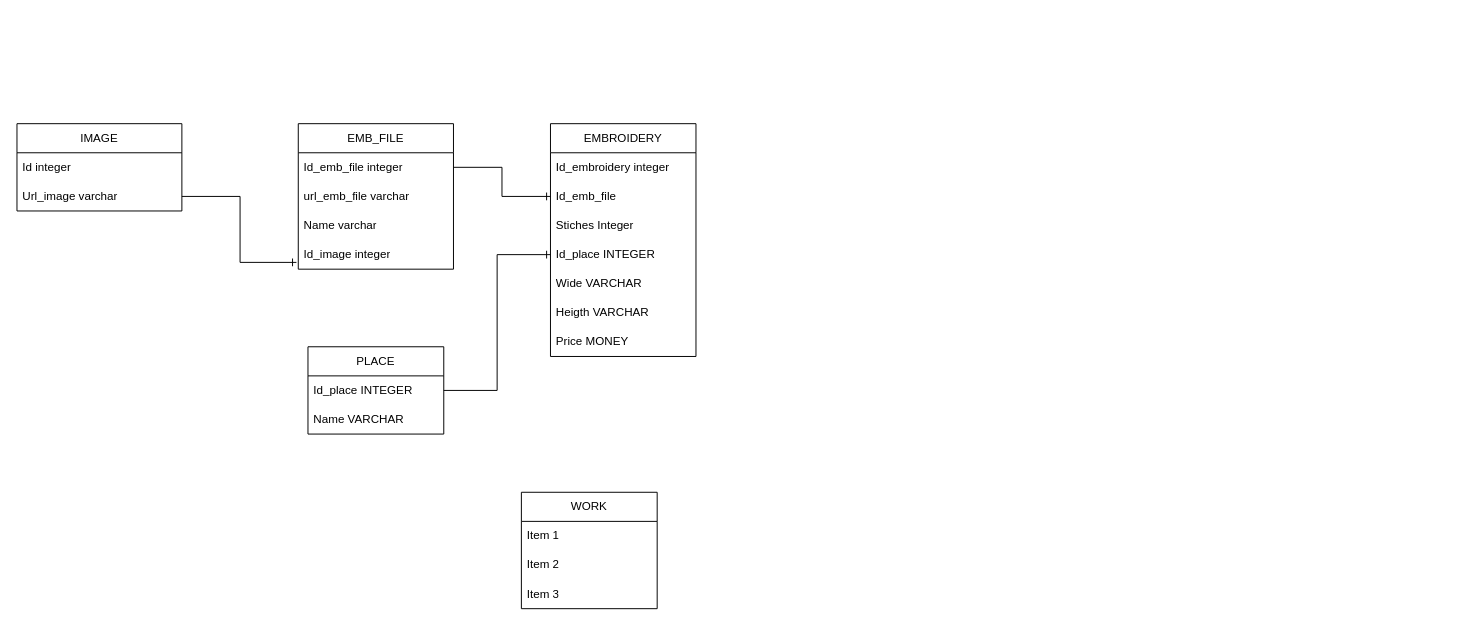
Above: emb_manager.drawio in nicodiaz00/gestor-textil (draw.io), before the change. Source tidied: cells renumbered, new cells numbered last; positions are measured from the earlier drawing's top-left corner, leaving out a move shared by most shapes. Both pictures are drawn from the tidied source at 97%, with x=0, y=0 at pixel (16, 123).
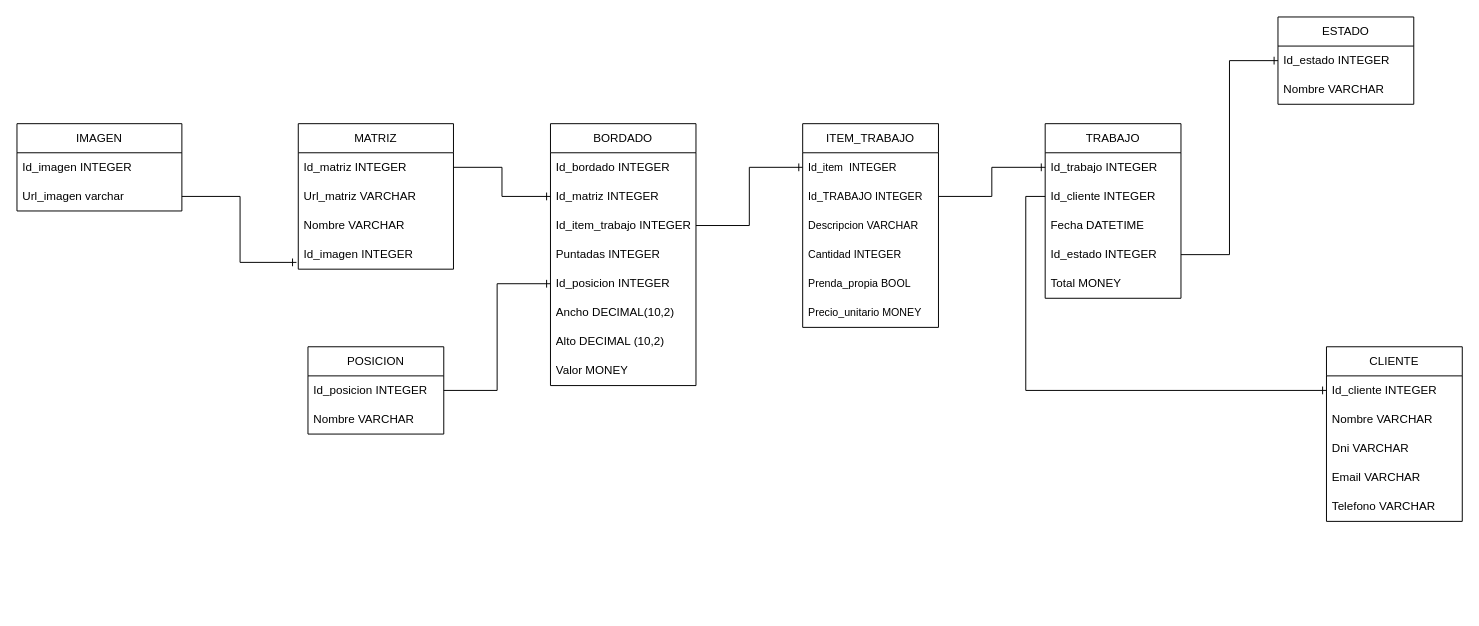
Above is the later version.

The edit, as a diff of the source:
```diff
@@
-    <mxCell id="2" value="IMAGE" style="swimlane;fontStyle=0;horizontal=1;startSize=30;whiteSpace=wrap;html=1;" parent="1" vertex="1">
+    <mxCell id="2" value="IMAGEN" style="swimlane;fontStyle=0;horizontal=1;startSize=30;whiteSpace=wrap;html=1;" parent="1" vertex="1">
       <mxGeometry width="170" height="90" as="geometry" />
     </mxCell>
-    <mxCell id="3" value="Id integer" style="text;strokeColor=none;fillColor=none;align=left;verticalAlign=middle;spacingLeft=4;spacingRight=4;overflow=hidden;whiteSpace=wrap;html=1;" parent="2" vertex="1">
+    <mxCell id="3" value="Id_imagen INTEGER" style="text;strokeColor=none;fillColor=none;align=left;verticalAlign=middle;spacingLeft=4;spacingRight=4;overflow=hidden;whiteSpace=wrap;html=1;" parent="2" vertex="1">
       <mxGeometry y="30" width="170" height="30" as="geometry" />
     </mxCell>
-    <mxCell id="4" value="Url_image varchar" style="text;strokeColor=none;fillColor=none;align=left;verticalAlign=middle;spacingLeft=4;spacingRight=4;overflow=hidden;points=[[0,0.5],[1,0.5]];portConstraint=eastwest;whiteSpace=wrap;html=1;" parent="2" vertex="1">
+    <mxCell id="4" value="Url_imagen varchar" style="text;strokeColor=none;fillColor=none;align=left;verticalAlign=middle;spacingLeft=4;spacingRight=4;overflow=hidden;points=[[0,0.5],[1,0.5]];portConstraint=eastwest;whiteSpace=wrap;html=1;" parent="2" vertex="1">
       <mxGeometry y="60" width="170" height="30" as="geometry" />
     </mxCell>
-    <mxCell id="5" value="EMB_FILE" style="swimlane;fontStyle=0;horizontal=1;startSize=30;whiteSpace=wrap;html=1;" parent="1" vertex="1">
+    <mxCell id="5" value="MATRIZ" style="swimlane;fontStyle=0;horizontal=1;startSize=30;whiteSpace=wrap;html=1;" parent="1" vertex="1">
       <mxGeometry x="290" width="160" height="150" as="geometry" />
     </mxCell>
-    <mxCell id="6" value="Id_emb_file integer" style="text;strokeColor=none;fillColor=none;align=left;verticalAlign=middle;spacingLeft=4;spacingRight=4;overflow=hidden;points=[[0,0.5],[1,0.5]];portConstraint=eastwest;whiteSpace=wrap;html=1;" parent="5" vertex="1">
+    <mxCell id="6" value="Id_matriz INTEGER" style="text;strokeColor=none;fillColor=none;align=left;verticalAlign=middle;spacingLeft=4;spacingRight=4;overflow=hidden;points=[[0,0.5],[1,0.5]];portConstraint=eastwest;whiteSpace=wrap;html=1;" parent="5" vertex="1">
       <mxGeometry y="30" width="160" height="30" as="geometry" />
     </mxCell>
-    <mxCell id="7" value="url_emb_file varchar" style="text;strokeColor=none;fillColor=none;align=left;verticalAlign=middle;spacingLeft=4;spacingRight=4;overflow=hidden;whiteSpace=wrap;html=1;" parent="5" vertex="1">
+    <mxCell id="7" value="Url_matriz VARCHAR" style="text;strokeColor=none;fillColor=none;align=left;verticalAlign=middle;spacingLeft=4;spacingRight=4;overflow=hidden;whiteSpace=wrap;html=1;" parent="5" vertex="1">
       <mxGeometry y="60" width="160" height="30" as="geometry" />
     </mxCell>
-    <mxCell id="8" value="Name varchar" style="text;strokeColor=none;fillColor=none;align=left;verticalAlign=middle;spacingLeft=4;spacingRight=4;overflow=hidden;whiteSpace=wrap;html=1;" parent="5" vertex="1">
+    <mxCell id="8" value="Nombre VARCHAR" style="text;strokeColor=none;fillColor=none;align=left;verticalAlign=middle;spacingLeft=4;spacingRight=4;overflow=hidden;whiteSpace=wrap;html=1;" parent="5" vertex="1">
       <mxGeometry y="90" width="160" height="30" as="geometry" />
     </mxCell>
-    <mxCell id="9" value="Id_image integer" style="text;strokeColor=none;fillColor=none;align=left;verticalAlign=middle;spacingLeft=4;spacingRight=4;overflow=hidden;points=[[0,0.5],[1,0.5]];portConstraint=eastwest;whiteSpace=wrap;html=1;" parent="5" vertex="1">
+    <mxCell id="9" value="Id_imagen INTEGER" style="text;strokeColor=none;fillColor=none;align=left;verticalAlign=middle;spacingLeft=4;spacingRight=4;overflow=hidden;points=[[0,0.5],[1,0.5]];portConstraint=eastwest;whiteSpace=wrap;html=1;" parent="5" vertex="1">
       <mxGeometry y="120" width="160" height="30" as="geometry" />
     </mxCell>
@@
-    <mxCell id="11" value="EMBROIDERY" style="swimlane;fontStyle=0;horizontal=1;startSize=30;whiteSpace=wrap;html=1;" parent="1" vertex="1">
-      <mxGeometry x="550" width="150" height="240" as="geometry" />
+    <mxCell id="11" value="BORDADO" style="swimlane;fontStyle=0;horizontal=1;startSize=30;whiteSpace=wrap;html=1;" parent="1" vertex="1">
+      <mxGeometry x="550" width="150" height="270" as="geometry" />
     </mxCell>
-    <mxCell id="12" value="Id_embroidery integer" style="text;strokeColor=none;fillColor=none;align=left;verticalAlign=middle;spacingLeft=4;spacingRight=4;overflow=hidden;whiteSpace=wrap;html=1;" parent="11" vertex="1">
+    <mxCell id="12" value="Id_bordado INTEGER" style="text;strokeColor=none;fillColor=none;align=left;verticalAlign=middle;spacingLeft=4;spacingRight=4;overflow=hidden;whiteSpace=wrap;html=1;" parent="11" vertex="1">
       <mxGeometry y="30" width="150" height="30" as="geometry" />
     </mxCell>
-    <mxCell id="13" value="Id_emb_file" style="text;strokeColor=none;fillColor=none;align=left;verticalAlign=middle;spacingLeft=4;spacingRight=4;overflow=hidden;points=[[0,0.5],[1,0.5]];portConstraint=eastwest;whiteSpace=wrap;html=1;" parent="11" vertex="1">
+    <mxCell id="13" value="Id_matriz INTEGER" style="text;strokeColor=none;fillColor=none;align=left;verticalAlign=middle;spacingLeft=4;spacingRight=4;overflow=hidden;points=[[0,0.5],[1,0.5]];portConstraint=eastwest;whiteSpace=wrap;html=1;" parent="11" vertex="1">
       <mxGeometry y="60" width="150" height="30" as="geometry" />
     </mxCell>
+    <mxCell id="28" value="Id_item_trabajo INTEGER" style="text;strokeColor=none;fillColor=none;align=left;verticalAlign=middle;spacingLeft=4;spacingRight=4;overflow=hidden;points=[[0,0.5],[1,0.5]];portConstraint=eastwest;whiteSpace=wrap;html=1;" parent="11" vertex="1">
+      <mxGeometry y="90" width="150" height="30" as="geometry" />
+    </mxCell>
-    <mxCell id="14" value="Stiches Integer" style="text;strokeColor=none;fillColor=none;align=left;verticalAlign=middle;spacingLeft=4;spacingRight=4;overflow=hidden;whiteSpace=wrap;html=1;" parent="11" vertex="1">
-      <mxGeometry y="90" width="150" height="30" as="geometry" />
+    <mxCell id="14" value="Puntadas INTEGER" style="text;strokeColor=none;fillColor=none;align=left;verticalAlign=middle;spacingLeft=4;spacingRight=4;overflow=hidden;whiteSpace=wrap;html=1;" parent="11" vertex="1">
+      <mxGeometry y="120" width="150" height="30" as="geometry" />
     </mxCell>
-    <mxCell id="15" value="Id_place INTEGER" style="text;strokeColor=none;fillColor=none;align=left;verticalAlign=middle;spacingLeft=4;spacingRight=4;overflow=hidden;points=[[0,0.5],[1,0.5]];portConstraint=eastwest;whiteSpace=wrap;html=1;" parent="11" vertex="1">
-      <mxGeometry y="120" width="150" height="30" as="geometry" />
+    <mxCell id="15" value="Id_posicion INTEGER" style="text;strokeColor=none;fillColor=none;align=left;verticalAlign=middle;spacingLeft=4;spacingRight=4;overflow=hidden;points=[[0,0.5],[1,0.5]];portConstraint=eastwest;whiteSpace=wrap;html=1;" parent="11" vertex="1">
+      <mxGeometry y="150" width="150" height="30" as="geometry" />
     </mxCell>
-    <mxCell id="16" value="Wide VARCHAR" style="text;strokeColor=none;fillColor=none;align=left;verticalAlign=middle;spacingLeft=4;spacingRight=4;overflow=hidden;whiteSpace=wrap;html=1;" parent="11" vertex="1">
-      <mxGeometry y="150" width="150" height="30" as="geometry" />
+    <mxCell id="16" value="Ancho DECIMAL(10,2)" style="text;strokeColor=none;fillColor=none;align=left;verticalAlign=middle;spacingLeft=4;spacingRight=4;overflow=hidden;whiteSpace=wrap;html=1;" parent="11" vertex="1">
+      <mxGeometry y="180" width="150" height="30" as="geometry" />
     </mxCell>
-    <mxCell id="17" value="Heigth VARCHAR" style="text;strokeColor=none;fillColor=none;align=left;verticalAlign=middle;spacingLeft=4;spacingRight=4;overflow=hidden;whiteSpace=wrap;html=1;" parent="11" vertex="1">
-      <mxGeometry y="180" width="150" height="30" as="geometry" />
+    <mxCell id="17" value="Alto DECIMAL (10,2)" style="text;strokeColor=none;fillColor=none;align=left;verticalAlign=middle;spacingLeft=4;spacingRight=4;overflow=hidden;whiteSpace=wrap;html=1;" parent="11" vertex="1">
+      <mxGeometry y="210" width="150" height="30" as="geometry" />
     </mxCell>
-    <mxCell id="18" value="Price MONEY" style="text;strokeColor=none;fillColor=none;align=left;verticalAlign=middle;spacingLeft=4;spacingRight=4;overflow=hidden;whiteSpace=wrap;html=1;" parent="11" vertex="1">
-      <mxGeometry y="210" width="150" height="30" as="geometry" />
+    <mxCell id="18" value="Valor MONEY" style="text;strokeColor=none;fillColor=none;align=left;verticalAlign=middle;spacingLeft=4;spacingRight=4;overflow=hidden;whiteSpace=wrap;html=1;" parent="11" vertex="1">
+      <mxGeometry y="240" width="150" height="30" as="geometry" />
     </mxCell>
@@
-    <mxCell id="20" value="PLACE" style="swimlane;fontStyle=0;horizontal=1;startSize=30;whiteSpace=wrap;html=1;" parent="1" vertex="1">
+    <mxCell id="20" value="POSICION" style="swimlane;fontStyle=0;horizontal=1;startSize=30;whiteSpace=wrap;html=1;" parent="1" vertex="1">
       <mxGeometry x="300" y="230" width="140" height="90" as="geometry" />
     </mxCell>
-    <mxCell id="21" value="Id_place INTEGER" style="text;strokeColor=none;fillColor=none;align=left;verticalAlign=middle;spacingLeft=4;spacingRight=4;overflow=hidden;points=[[0,0.5],[1,0.5]];portConstraint=eastwest;whiteSpace=wrap;html=1;" parent="20" vertex="1">
+    <mxCell id="21" value="Id_posicion INTEGER" style="text;strokeColor=none;fillColor=none;align=left;verticalAlign=middle;spacingLeft=4;spacingRight=4;overflow=hidden;points=[[0,0.5],[1,0.5]];portConstraint=eastwest;whiteSpace=wrap;html=1;" parent="20" vertex="1">
       <mxGeometry y="30" width="140" height="30" as="geometry" />
     </mxCell>
-    <mxCell id="22" value="Name VARCHAR" style="text;strokeColor=none;fillColor=none;align=left;verticalAlign=middle;spacingLeft=4;spacingRight=4;overflow=hidden;whiteSpace=wrap;html=1;" parent="20" vertex="1">
+    <mxCell id="22" value="Nombre VARCHAR" style="text;strokeColor=none;fillColor=none;align=left;verticalAlign=middle;spacingLeft=4;spacingRight=4;overflow=hidden;whiteSpace=wrap;html=1;" parent="20" vertex="1">
       <mxGeometry y="60" width="140" height="30" as="geometry" />
     </mxCell>
@@
-    <mxCell id="24" value="WORK" style="swimlane;fontStyle=0;horizontal=1;startSize=30;whiteSpace=wrap;html=1;" parent="1" vertex="1">
-      <mxGeometry x="520" y="380" width="140" height="120" as="geometry" />
+    <mxCell id="24" value="ITEM_TRABAJO" style="swimlane;fontStyle=0;horizontal=1;startSize=30;whiteSpace=wrap;html=1;" parent="1" vertex="1">
+      <mxGeometry x="810" width="140" height="210" as="geometry" />
     </mxCell>
-    <mxCell id="25" value="Item 1" style="text;strokeColor=none;fillColor=none;align=left;verticalAlign=middle;spacingLeft=4;spacingRight=4;overflow=hidden;points=[[0,0.5],[1,0.5]];portConstraint=eastwest;whiteSpace=wrap;html=1;" parent="24" vertex="1">
+    <mxCell id="25" value="&lt;font style=&quot;font-size: 11px;&quot;&gt;Id_item&amp;nbsp; INTEGER&lt;/font&gt;" style="text;strokeColor=none;fillColor=none;align=left;verticalAlign=middle;spacingLeft=4;spacingRight=4;overflow=hidden;points=[[0,0.5],[1,0.5]];portConstraint=eastwest;whiteSpace=wrap;html=1;" parent="24" vertex="1">
       <mxGeometry y="30" width="140" height="30" as="geometry" />
     </mxCell>
-    <mxCell id="26" value="Item 2" style="text;strokeColor=none;fillColor=none;align=left;verticalAlign=middle;spacingLeft=4;spacingRight=4;overflow=hidden;points=[[0,0.5],[1,0.5]];portConstraint=eastwest;whiteSpace=wrap;html=1;" parent="24" vertex="1">
+    <mxCell id="26" value="&lt;font style=&quot;font-size: 11px;&quot;&gt;Id_TRABAJO INTEGER&lt;/font&gt;" style="text;strokeColor=none;fillColor=none;align=left;verticalAlign=middle;spacingLeft=4;spacingRight=4;overflow=hidden;points=[[0,0.5],[1,0.5]];portConstraint=eastwest;whiteSpace=wrap;html=1;" parent="24" vertex="1">
       <mxGeometry y="60" width="140" height="30" as="geometry" />
     </mxCell>
-    <mxCell id="27" value="Item 3" style="text;strokeColor=none;fillColor=none;align=left;verticalAlign=middle;spacingLeft=4;spacingRight=4;overflow=hidden;whiteSpace=wrap;html=1;" parent="24" vertex="1">
+    <mxCell id="27" value="&lt;font style=&quot;font-size: 11px;&quot;&gt;Descripcion VARCHAR&lt;/font&gt;" style="text;strokeColor=none;fillColor=none;align=left;verticalAlign=middle;spacingLeft=4;spacingRight=4;overflow=hidden;whiteSpace=wrap;html=1;" parent="24" vertex="1">
       <mxGeometry y="90" width="140" height="30" as="geometry" />
     </mxCell>
+    <mxCell id="29" value="&lt;span style=&quot;font-size: 11px;&quot;&gt;Cantidad INTEGER&lt;/span&gt;" style="text;strokeColor=none;fillColor=none;align=left;verticalAlign=middle;spacingLeft=4;spacingRight=4;overflow=hidden;whiteSpace=wrap;html=1;" parent="24" vertex="1">
+      <mxGeometry y="120" width="140" height="30" as="geometry" />
+    </mxCell>
+    <mxCell id="30" value="&lt;font style=&quot;font-size: 11px;&quot;&gt;Prenda_propia BOOL&lt;/font&gt;" style="text;strokeColor=none;fillColor=none;align=left;verticalAlign=middle;spacingLeft=4;spacingRight=4;overflow=hidden;whiteSpace=wrap;html=1;" parent="24" vertex="1">
+      <mxGeometry y="150" width="140" height="30" as="geometry" />
+    </mxCell>
+    <mxCell id="31" value="&lt;font style=&quot;font-size: 11px;&quot;&gt;Precio_unitario MONEY&lt;/font&gt;" style="text;strokeColor=none;fillColor=none;align=left;verticalAlign=middle;spacingLeft=4;spacingRight=4;overflow=hidden;whiteSpace=wrap;html=1;" parent="24" vertex="1">
+      <mxGeometry y="180" width="140" height="30" as="geometry" />
+    </mxCell>
+    <mxCell id="32" value="TRABAJO" style="swimlane;fontStyle=0;horizontal=1;startSize=30;whiteSpace=wrap;html=1;" parent="1" vertex="1">
+      <mxGeometry x="1060" width="140" height="180" as="geometry" />
+    </mxCell>
+    <mxCell id="33" value="Id_trabajo INTEGER" style="text;strokeColor=none;fillColor=none;align=left;verticalAlign=middle;spacingLeft=4;spacingRight=4;overflow=hidden;points=[[0,0.5],[1,0.5]];portConstraint=eastwest;whiteSpace=wrap;html=1;" parent="32" vertex="1">
+      <mxGeometry y="30" width="140" height="30" as="geometry" />
+    </mxCell>
+    <mxCell id="34" value="Id_cliente INTEGER" style="text;strokeColor=none;fillColor=none;align=left;verticalAlign=middle;spacingLeft=4;spacingRight=4;overflow=hidden;points=[[0,0.5],[1,0.5]];portConstraint=eastwest;whiteSpace=wrap;html=1;" parent="32" vertex="1">
+      <mxGeometry y="60" width="140" height="30" as="geometry" />
+    </mxCell>
+    <mxCell id="35" value="Fecha DATETIME" style="text;strokeColor=none;fillColor=none;align=left;verticalAlign=middle;spacingLeft=4;spacingRight=4;overflow=hidden;whiteSpace=wrap;html=1;" parent="32" vertex="1">
+      <mxGeometry y="90" width="140" height="30" as="geometry" />
+    </mxCell>
+    <mxCell id="36" value="Id_estado INTEGER" style="text;strokeColor=none;fillColor=none;align=left;verticalAlign=middle;spacingLeft=4;spacingRight=4;overflow=hidden;points=[[0,0.5],[1,0.5]];portConstraint=eastwest;whiteSpace=wrap;html=1;" parent="32" vertex="1">
+      <mxGeometry y="120" width="140" height="30" as="geometry" />
+    </mxCell>
+    <mxCell id="37" value="Total MONEY" style="text;strokeColor=none;fillColor=none;align=left;verticalAlign=middle;spacingLeft=4;spacingRight=4;overflow=hidden;whiteSpace=wrap;html=1;" parent="32" vertex="1">
+      <mxGeometry y="150" width="140" height="30" as="geometry" />
+    </mxCell>
+    <mxCell id="38" style="edgeStyle=orthogonalEdgeStyle;rounded=0;jettySize=auto;html=1;entryX=0;entryY=0.5;entryDx=0;entryDy=0;endArrow=ERone;endFill=0;" parent="1" edge="1" source="28" target="25">
+      <mxGeometry relative="1" as="geometry" />
+    </mxCell>
+    <mxCell id="39" style="edgeStyle=orthogonalEdgeStyle;rounded=0;jettySize=auto;html=1;entryX=0;entryY=0.5;entryDx=0;entryDy=0;endArrow=ERone;endFill=0;" parent="1" edge="1" source="26" target="33">
+      <mxGeometry relative="1" as="geometry" />
+    </mxCell>
+    <mxCell id="40" value="ESTADO" style="swimlane;fontStyle=0;horizontal=1;startSize=30;whiteSpace=wrap;html=1;" parent="1" vertex="1">
+      <mxGeometry x="1300" y="-110" width="140" height="90" as="geometry" />
+    </mxCell>
+    <mxCell id="41" value="Id_estado INTEGER" style="text;strokeColor=none;fillColor=none;align=left;verticalAlign=middle;spacingLeft=4;spacingRight=4;overflow=hidden;whiteSpace=wrap;html=1;" parent="40" vertex="1">
+      <mxGeometry y="30" width="140" height="30" as="geometry" />
+    </mxCell>
+    <mxCell id="42" value="Nombre VARCHAR" style="text;strokeColor=none;fillColor=none;align=left;verticalAlign=middle;spacingLeft=4;spacingRight=4;overflow=hidden;whiteSpace=wrap;html=1;" parent="40" vertex="1">
+      <mxGeometry y="60" width="140" height="30" as="geometry" />
+    </mxCell>
+    <mxCell id="43" style="edgeStyle=orthogonalEdgeStyle;rounded=0;jettySize=auto;html=1;exitX=1;exitY=0.5;exitDx=0;exitDy=0;entryX=0;entryY=0.5;entryDx=0;entryDy=0;endArrow=ERone;endFill=0;" parent="1" edge="1" source="36" target="40">
+      <mxGeometry relative="1" as="geometry" />
+    </mxCell>
+    <mxCell id="44" value="CLIENTE" style="swimlane;fontStyle=0;horizontal=1;startSize=30;whiteSpace=wrap;html=1;" parent="1" vertex="1">
+      <mxGeometry x="1350" y="230" width="140" height="180" as="geometry" />
+    </mxCell>
+    <mxCell id="45" value="Id_cliente INTEGER" style="text;strokeColor=none;fillColor=none;align=left;verticalAlign=middle;spacingLeft=4;spacingRight=4;overflow=hidden;points=[[0,0.5],[1,0.5]];portConstraint=eastwest;whiteSpace=wrap;html=1;" parent="44" vertex="1">
+      <mxGeometry y="30" width="140" height="30" as="geometry" />
+    </mxCell>
+    <mxCell id="46" value="Nombre VARCHAR" style="text;strokeColor=none;fillColor=none;align=left;verticalAlign=middle;spacingLeft=4;spacingRight=4;overflow=hidden;whiteSpace=wrap;html=1;" parent="44" vertex="1">
+      <mxGeometry y="60" width="140" height="30" as="geometry" />
+    </mxCell>
+    <mxCell id="47" value="Dni VARCHAR" style="text;strokeColor=none;fillColor=none;align=left;verticalAlign=middle;spacingLeft=4;spacingRight=4;overflow=hidden;whiteSpace=wrap;html=1;" parent="44" vertex="1">
+      <mxGeometry y="90" width="140" height="30" as="geometry" />
+    </mxCell>
+    <mxCell id="48" value="Email VARCHAR" style="text;strokeColor=none;fillColor=none;align=left;verticalAlign=middle;spacingLeft=4;spacingRight=4;overflow=hidden;whiteSpace=wrap;html=1;" parent="44" vertex="1">
+      <mxGeometry y="120" width="140" height="30" as="geometry" />
+    </mxCell>
+    <mxCell id="49" value="Telefono VARCHAR" style="text;strokeColor=none;fillColor=none;align=left;verticalAlign=middle;spacingLeft=4;spacingRight=4;overflow=hidden;whiteSpace=wrap;html=1;" parent="44" vertex="1">
+      <mxGeometry y="150" width="140" height="30" as="geometry" />
+    </mxCell>
+    <mxCell id="50" style="edgeStyle=orthogonalEdgeStyle;rounded=0;jettySize=auto;html=1;exitX=0;exitY=0.5;exitDx=0;exitDy=0;entryX=0;entryY=0.5;entryDx=0;entryDy=0;endArrow=ERone;endFill=0;" parent="1" edge="1" source="34" target="45">
+      <mxGeometry relative="1" as="geometry" />
+    </mxCell>
```
